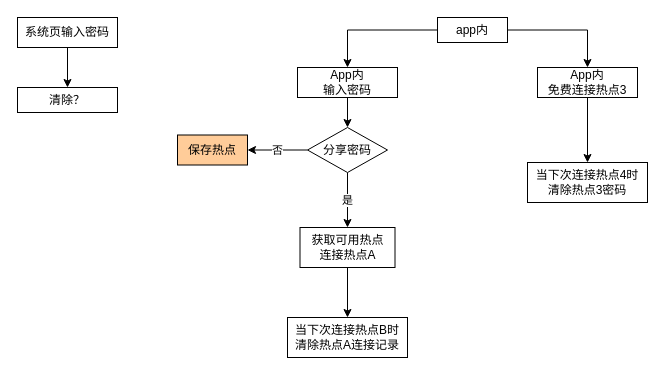
This is 海外连接脑图.drawio from dreamdameng/OneChild, a draw.io file, before an edit. Source tidied: cells renumbered, new cells numbered last; positions are measured from the earlier drawing's top-left corner, leaving out a move shared by most shapes. Both pictures are drawn from the tidied source at 100%, with x=0, y=0 at pixel (17, 17).
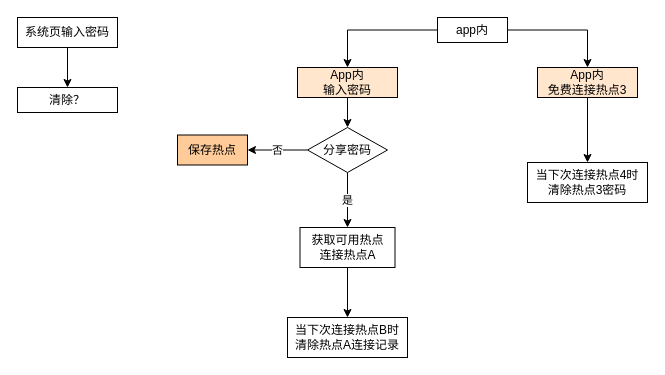
The same page after the edit.

Commit message:
更新海外连接脑图.drawio

The edit, as a diff of the source:
```diff
@@
 <mxGraphModel>
   <root>
     <mxCell id="0" />
     <mxCell id="1" parent="0" />
     <mxCell id="2" style="edgeStyle=orthogonalEdgeStyle;rounded=0;jettySize=auto;html=1;" parent="1" edge="1" source="3" target="12">
       <mxGeometry relative="1" as="geometry" />
     </mxCell>
     <mxCell id="3" value="系统页输入密码" style="rounded=0;whiteSpace=wrap;html=1;" parent="1" vertex="1">
       <mxGeometry width="100" height="30" as="geometry" />
     </mxCell>
     <mxCell id="4" style="edgeStyle=orthogonalEdgeStyle;rounded=0;jettySize=auto;html=1;" parent="1" edge="1" source="5" target="8">
       <mxGeometry relative="1" as="geometry" />
     </mxCell>
-    <mxCell id="5" value="App内&lt;br&gt;输入密码" style="rounded=0;whiteSpace=wrap;html=1;" parent="1" vertex="1">
+    <mxCell id="5" value="App内&lt;br&gt;输入密码" style="rounded=0;whiteSpace=wrap;html=1;fillColor=#FFE6CC;" parent="1" vertex="1">
       <mxGeometry x="280" y="50" width="100" height="30" as="geometry" />
     </mxCell>
     <mxCell id="6" value="是" style="edgeStyle=orthogonalEdgeStyle;rounded=0;jettySize=auto;html=1;" parent="1" edge="1" source="8" target="10">
       <mxGeometry relative="1" as="geometry" />
     </mxCell>
     <mxCell id="7" value="否" style="edgeStyle=orthogonalEdgeStyle;rounded=0;jettySize=auto;html=1;" parent="1" edge="1" source="8" target="11">
       <mxGeometry relative="1" as="geometry" />
     </mxCell>
     <mxCell id="8" value="分享密码" style="rhombus;whiteSpace=wrap;html=1;rounded=0;" parent="1" vertex="1">
       <mxGeometry x="290" y="110" width="80" height="45" as="geometry" />
     </mxCell>
     <mxCell id="9" style="edgeStyle=orthogonalEdgeStyle;rounded=0;jettySize=auto;html=1;" parent="1" edge="1" source="10" target="13">
       <mxGeometry relative="1" as="geometry" />
     </mxCell>
     <mxCell id="10" value="获取可用热点&lt;br&gt;连接热点A" style="whiteSpace=wrap;html=1;rounded=0;" parent="1" vertex="1">
       <mxGeometry x="282.5" y="210" width="95" height="40" as="geometry" />
     </mxCell>
     <mxCell id="11" value="保存热点" style="whiteSpace=wrap;html=1;rounded=0;fillColor=#FFCC99;" parent="1" vertex="1">
       <mxGeometry x="160" y="117.5" width="70" height="30" as="geometry" />
     </mxCell>
     <mxCell id="12" value="清除？" style="whiteSpace=wrap;html=1;rounded=0;" parent="1" vertex="1">
       <mxGeometry y="70" width="100" height="25" as="geometry" />
     </mxCell>
     <mxCell id="13" value="当下次连接热点B时&lt;br&gt;清除热点A连接记录" style="whiteSpace=wrap;html=1;rounded=0;" parent="1" vertex="1">
       <mxGeometry x="270" y="300" width="120" height="40" as="geometry" />
     </mxCell>
     <mxCell id="14" style="edgeStyle=orthogonalEdgeStyle;rounded=0;jettySize=auto;html=1;" parent="1" edge="1" source="15" target="19">
       <mxGeometry relative="1" as="geometry" />
     </mxCell>
-    <mxCell id="15" value="App内&lt;br&gt;免费连接热点3" style="rounded=0;whiteSpace=wrap;html=1;" parent="1" vertex="1">
+    <mxCell id="15" value="App内&lt;br&gt;免费连接热点3" style="rounded=0;whiteSpace=wrap;html=1;fillColor=#FFE6CC;" parent="1" vertex="1">
       <mxGeometry x="520" y="50" width="100" height="30" as="geometry" />
     </mxCell>
     <mxCell id="16" style="edgeStyle=orthogonalEdgeStyle;rounded=0;jettySize=auto;html=1;" parent="1" edge="1" source="18" target="15">
       <mxGeometry relative="1" as="geometry" />
     </mxCell>
     <mxCell id="17" style="edgeStyle=orthogonalEdgeStyle;rounded=0;jettySize=auto;html=1;" parent="1" edge="1" source="18" target="5">
       <mxGeometry relative="1" as="geometry" />
     </mxCell>
     <mxCell id="18" value="app内" style="whiteSpace=wrap;html=1;rounded=0;" parent="1" vertex="1">
       <mxGeometry x="420" width="70" height="25" as="geometry" />
     </mxCell>
     <mxCell id="19" value="当下次连接热点4时&lt;br&gt;清除热点3密码" style="whiteSpace=wrap;html=1;rounded=0;" parent="1" vertex="1">
       <mxGeometry x="510" y="145" width="120" height="40" as="geometry" />
     </mxCell>
   </root>
 </mxGraphModel>
```
